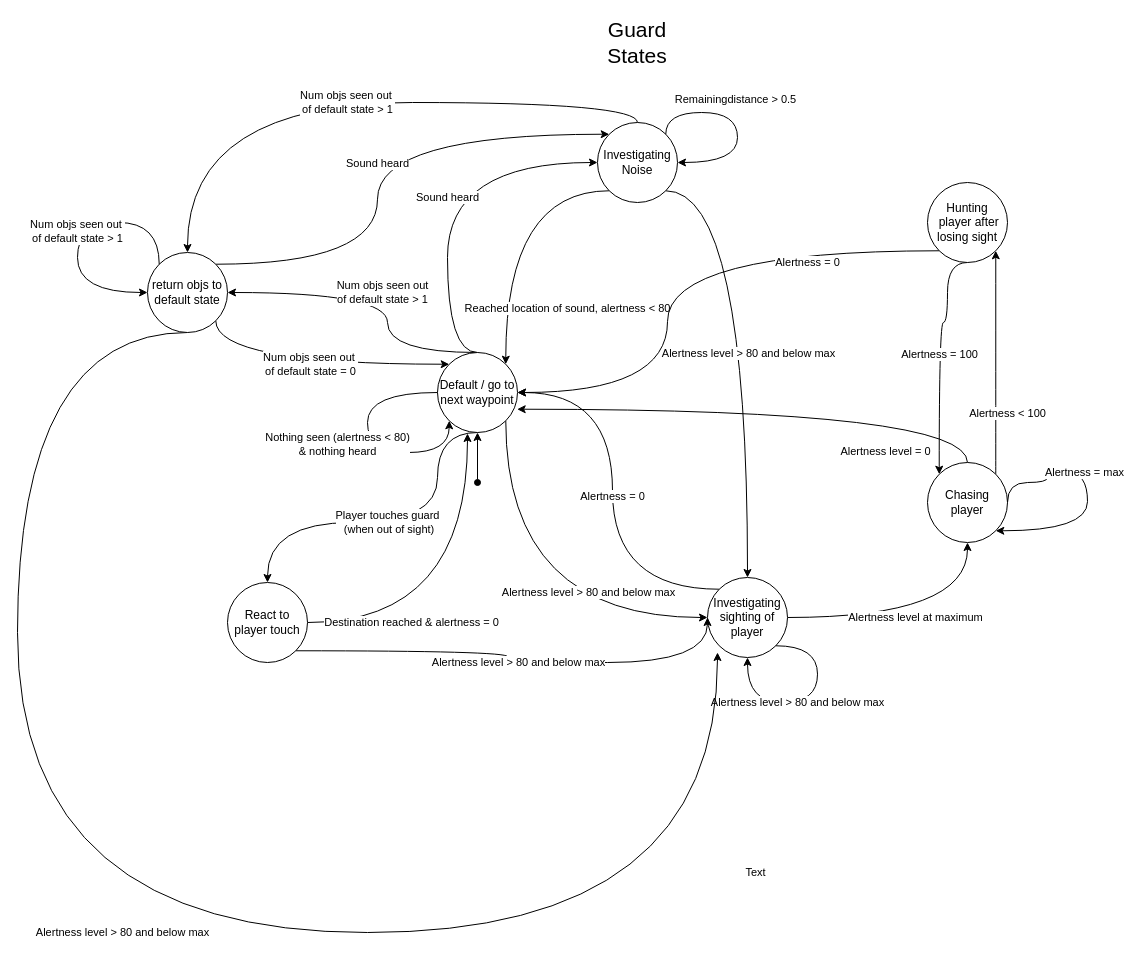
Before: gamedev/GuardStateMachine2.drawio in 0utlands/gamedev, a draw.io diagram. Source tidied: cells renumbered, new cells numbered last; positions are measured from the earlier drawing's top-left corner, leaving out a move shared by most shapes. Both pictures are drawn from the tidied source at 100%, with x=0, y=0 at pixel (17, 32).
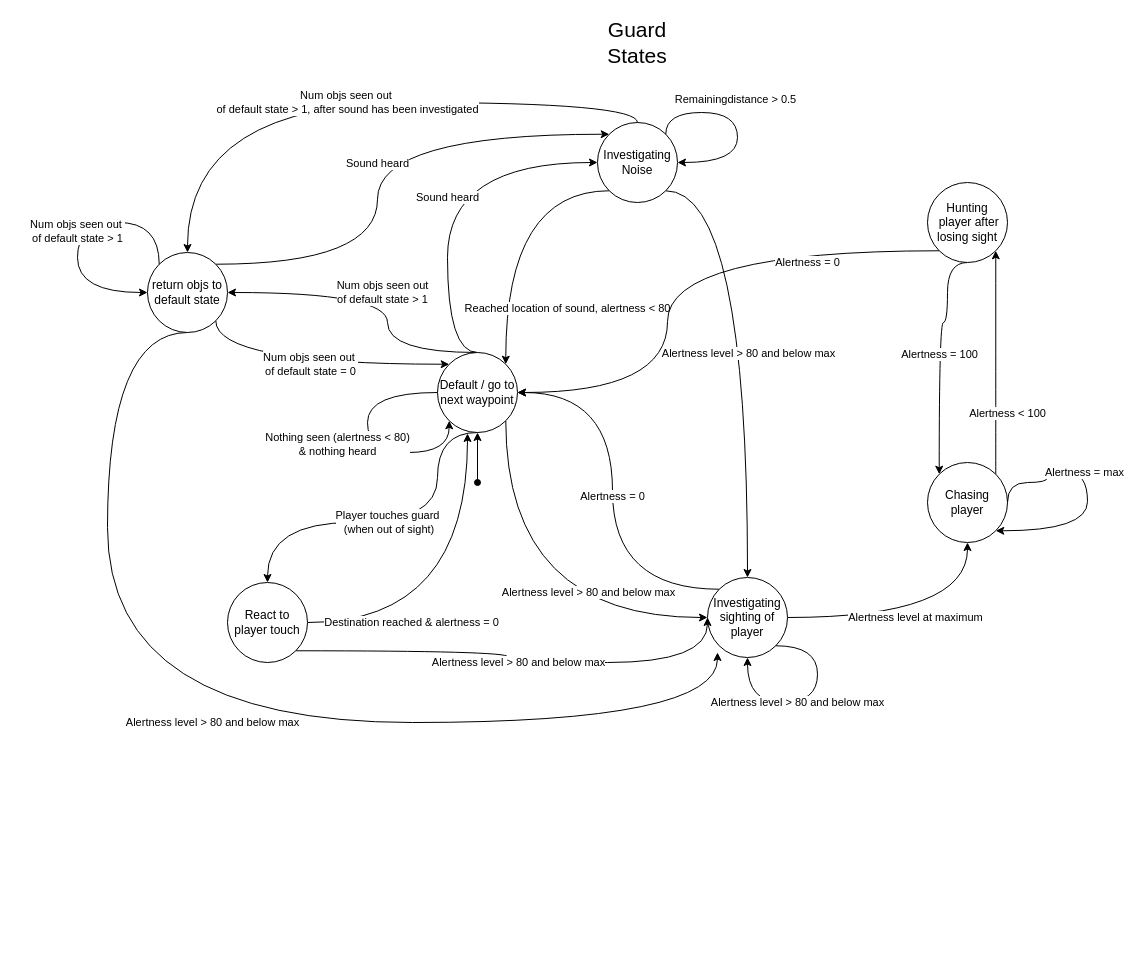
The same diagram, later.

Unchanged cells that the change refers to:
```xml
<mxCell id="6" value="Default / go to next waypoint" style="ellipse;whiteSpace=wrap;html=1;" parent="1" vertex="1">
  <mxGeometry x="420" y="320" width="80" height="80" as="geometry" />
</mxCell>
<mxCell id="11" value="Investigating Noise" style="ellipse;whiteSpace=wrap;html=1;" parent="1" vertex="1">
  <mxGeometry x="580" y="90" width="80" height="80" as="geometry" />
</mxCell>
<mxCell id="18" value="Chasing player" style="ellipse;whiteSpace=wrap;html=1;" parent="1" vertex="1">
  <mxGeometry x="910" y="430" width="80" height="80" as="geometry" />
</mxCell>
<mxCell id="30" value="return objs to default state" style="ellipse;whiteSpace=wrap;html=1;" parent="1" vertex="1">
  <mxGeometry x="130" y="220" width="80" height="80" as="geometry" />
</mxCell>
```

Diff of the diagram source:
```diff
@@
-    <mxCell id="10" value="Num objs seen out&amp;nbsp;&lt;br&gt;of default state &amp;gt; 1" style="edgeStyle=orthogonalEdgeStyle;curved=1;rounded=0;jettySize=auto;html=1;exitX=0.5;exitY=0;exitDx=0;exitDy=0;entryX=0.5;entryY=0;entryDx=0;entryDy=0;" parent="1" edge="1" source="11" target="30">
+    <mxCell id="10" value="Num objs seen out&amp;nbsp;&lt;br&gt;of default state &amp;gt; 1, after sound has been investigated" style="edgeStyle=orthogonalEdgeStyle;curved=1;rounded=0;jettySize=auto;html=1;exitX=0.5;exitY=0;exitDx=0;exitDy=0;entryX=0.5;entryY=0;entryDx=0;entryDy=0;" parent="1" edge="1" source="11" target="30">
       <mxGeometry relative="1" as="geometry" />
     </mxCell>
@@
-    <mxCell id="15" style="edgeStyle=orthogonalEdgeStyle;curved=1;rounded=0;jettySize=auto;html=1;exitX=0.5;exitY=0;exitDx=0;exitDy=0;entryX=0.996;entryY=0.709;entryDx=0;entryDy=0;entryPerimeter=0;" parent="1" edge="1" source="18" target="6">
-      <mxGeometry relative="1" as="geometry" />
-    </mxCell>
-    <mxCell id="16" value="Alertness level = 0" style="edgeLabel;html=1;align=center;verticalAlign=middle;" parent="15" vertex="1">
-      <mxGeometry x="0.36" y="21" relative="1" as="geometry">
-        <mxPoint x="206" y="21" as="offset" />
-      </mxGeometry>
-    </mxCell>
@@
     <mxCell id="27" value="Alertness level &amp;gt; 80 and below max" style="edgeStyle=orthogonalEdgeStyle;curved=1;rounded=0;jettySize=auto;html=1;exitX=0.5;exitY=1;exitDx=0;exitDy=0;" parent="1" edge="1" source="30">
       <mxGeometry relative="1" as="geometry">
         <mxPoint x="700" y="620" as="targetPoint" />
         <Array as="points">
-          <mxPoint y="300" />
-          <mxPoint y="900" />
-          <mxPoint x="700" y="900" />
+          <mxPoint x="90" y="300" />
+          <mxPoint x="90" y="690" />
+          <mxPoint x="700" y="690" />
         </Array>
       </mxGeometry>
     </mxCell>
-    <mxCell id="28" value="Text" style="edgeLabel;html=1;align=center;verticalAlign=middle;" parent="27" vertex="1">
-      <mxGeometry x="0.75" y="-37" relative="1" as="geometry" />
-    </mxCell>
```
